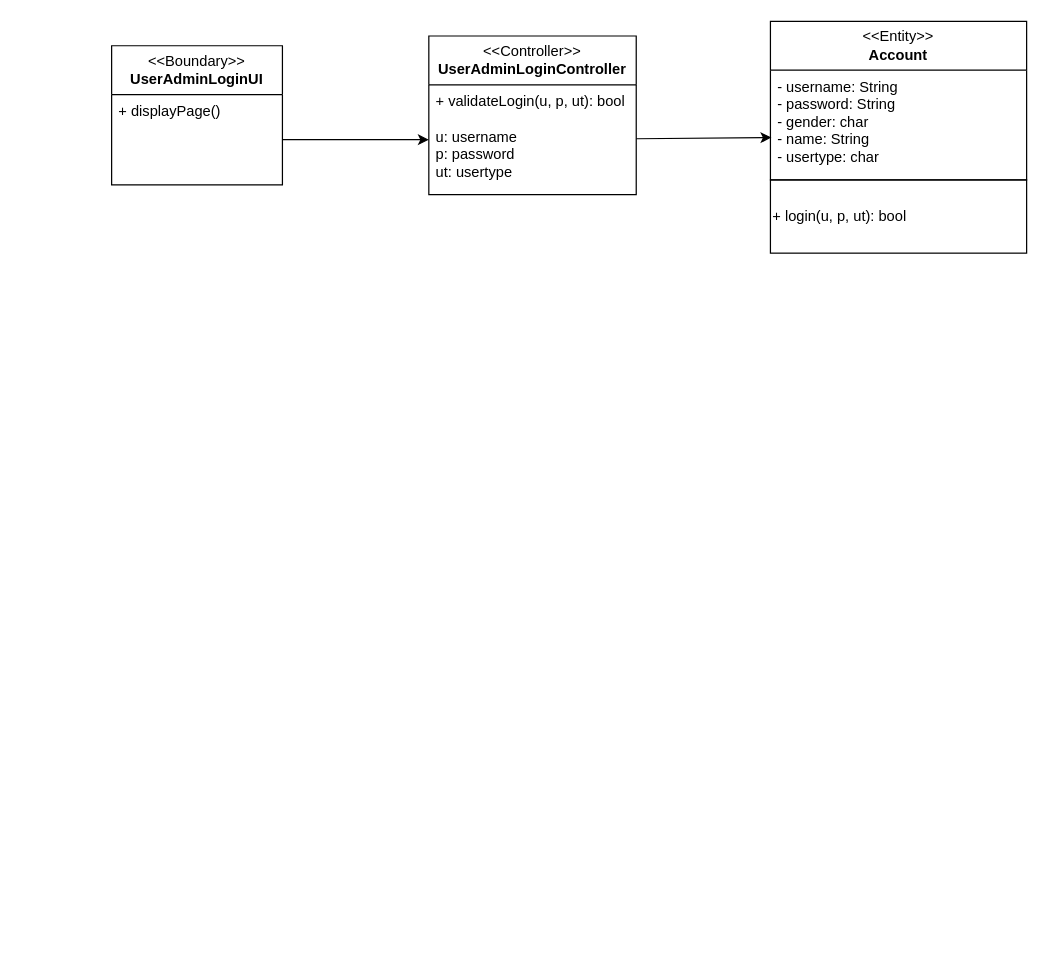
junrenx/Diagrams keeps this draw.io diagram as page "SystemAdminLogin" (1 of 2) of BCE.drawio. Above is the earlier version. Source tidied: cells renumbered, new cells numbered last; positions are measured from the earlier drawing's top-left corner, leaving out a move shared by most shapes. Both pictures are drawn from the tidied source at 122%, with x=0, y=0 at pixel (111, 21).
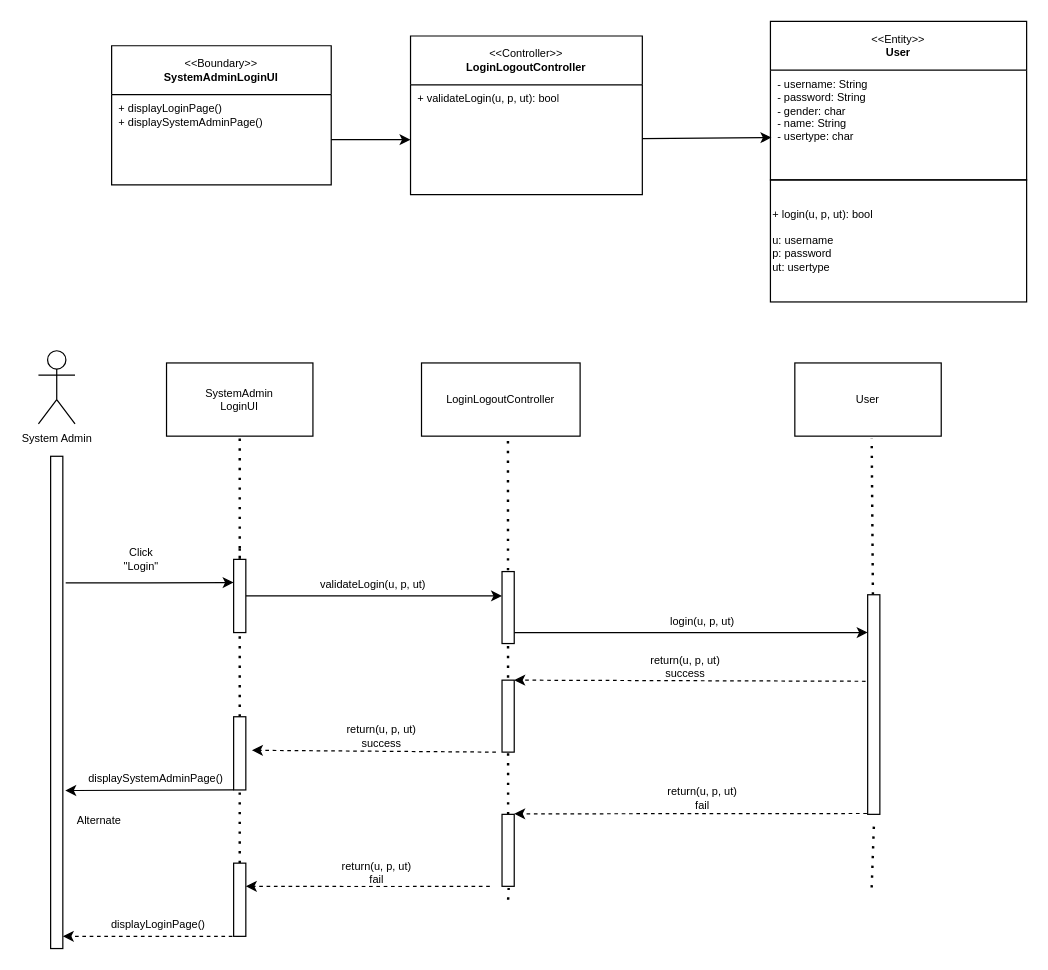
After the change.

The edit, as a diff of the source:
```diff
@@
+    <mxCell id="11" style="rounded=0;whiteSpace=wrap;html=1;dashed=1;strokeColor=#FFFFFF;fontSize=9;" parent="1" vertex="1">
+      <mxGeometry x="-50" y="640" width="680" height="110" as="geometry" />
+    </mxCell>
+    <mxCell id="12" style="endArrow=none;dashed=1;html=1;dashPattern=1 3;strokeWidth=2;rounded=0;fontSize=9;" parent="1" edge="1" source="39">
+      <mxGeometry relative="1" as="geometry">
+        <mxPoint x="105" y="430" as="targetPoint" />
+      </mxGeometry>
+    </mxCell>
+    <mxCell id="13" style="endArrow=none;dashed=1;html=1;dashPattern=1 3;strokeWidth=2;rounded=0;entryX=0.525;entryY=1.03;entryDx=0;entryDy=0;entryPerimeter=0;fontSize=9;" parent="1" edge="1" source="41" target="27">
+      <mxGeometry relative="1" as="geometry" />
+    </mxCell>
+    <mxCell id="14" style="endArrow=none;dashed=1;html=1;dashPattern=1 3;strokeWidth=2;rounded=0;entryX=0.545;entryY=1.023;entryDx=0;entryDy=0;entryPerimeter=0;fontSize=9;" parent="1" edge="1" source="47" target="26">
+      <mxGeometry relative="1" as="geometry" />
+    </mxCell>
+    <mxCell id="15" style="endArrow=none;dashed=1;html=1;dashPattern=1 3;strokeWidth=2;rounded=0;fontSize=9;" parent="1" edge="1" target="25">
+      <mxGeometry relative="1" as="geometry">
+        <mxPoint x="105" y="440" as="sourcePoint" />
+      </mxGeometry>
+    </mxCell>
-    <mxCell id="2" value="&amp;lt;&amp;lt;Boundary&amp;gt;&amp;gt;&lt;br&gt;&lt;b&gt;UserAdminLoginUI&lt;/b&gt;" style="swimlane;fontStyle=0;horizontal=1;startSize=40;fillColor=none;whiteSpace=wrap;html=1;" parent="1" vertex="1">
-      <mxGeometry y="20" width="140" height="114" as="geometry" />
+    <mxCell id="2" value="&amp;lt;&amp;lt;Boundary&amp;gt;&amp;gt;&lt;br style=&quot;font-size: 9px;&quot;&gt;&lt;b style=&quot;font-size: 9px;&quot;&gt;SystemAdminLoginUI&lt;/b&gt;" style="swimlane;fontStyle=0;horizontal=1;startSize=40;fillColor=none;whiteSpace=wrap;html=1;fontSize=9;" parent="1" vertex="1">
+      <mxGeometry y="20" width="180" height="114" as="geometry" />
     </mxCell>
-    <mxCell id="3" value="+ displayPage()" style="text;strokeColor=none;fillColor=none;align=left;verticalAlign=top;spacingLeft=4;spacingRight=4;overflow=hidden;points=[[0,0.5],[1,0.5]];portConstraint=eastwest;whiteSpace=wrap;html=1;" parent="2" vertex="1">
-      <mxGeometry y="40" width="140" height="74" as="geometry" />
+    <mxCell id="3" value="+ displayLoginPage()&lt;br style=&quot;font-size: 9px;&quot;&gt;+ displaySystemAdminPage()" style="text;strokeColor=none;fillColor=none;align=left;verticalAlign=top;spacingLeft=4;spacingRight=4;overflow=hidden;points=[[0,0.5],[1,0.5]];portConstraint=eastwest;whiteSpace=wrap;html=1;fontSize=9;" parent="2" vertex="1">
+      <mxGeometry y="40" width="180" height="74" as="geometry" />
     </mxCell>
-    <mxCell id="4" value="&amp;lt;&amp;lt;Controller&amp;gt;&amp;gt;&lt;br&gt;&lt;b&gt;UserAdminLoginController&lt;/b&gt;" style="swimlane;fontStyle=0;horizontal=1;startSize=40;fillColor=none;whiteSpace=wrap;html=1;" parent="1" vertex="1">
-      <mxGeometry x="260" y="12" width="170" height="130" as="geometry" />
+    <mxCell id="4" value="&amp;lt;&amp;lt;Controller&amp;gt;&amp;gt;&lt;br style=&quot;font-size: 9px;&quot;&gt;&lt;b style=&quot;font-size: 9px;&quot;&gt;LoginLogoutController&lt;/b&gt;" style="swimlane;fontStyle=0;horizontal=1;startSize=40;fillColor=none;whiteSpace=wrap;html=1;fontSize=9;" parent="1" vertex="1">
+      <mxGeometry x="245" y="12" width="190" height="130" as="geometry" />
     </mxCell>
-    <mxCell id="5" value="+ validateLogin(u, p, ut): bool&lt;br&gt;&lt;br&gt;u: username&lt;br&gt;p: password&lt;br&gt;ut: usertype" style="text;strokeColor=none;fillColor=none;align=left;verticalAlign=top;spacingLeft=4;spacingRight=4;overflow=hidden;points=[[0,0.5],[1,0.5]];portConstraint=eastwest;whiteSpace=wrap;html=1;" parent="4" vertex="1">
-      <mxGeometry y="40" width="170" height="90" as="geometry" />
+    <mxCell id="5" value="+ validateLogin(u, p, ut): bool&lt;br style=&quot;font-size: 9px;&quot;&gt;" style="text;strokeColor=none;fillColor=none;align=left;verticalAlign=top;spacingLeft=4;spacingRight=4;overflow=hidden;points=[[0,0.5],[1,0.5]];portConstraint=eastwest;whiteSpace=wrap;html=1;fontSize=9;" parent="4" vertex="1">
+      <mxGeometry y="40" width="190" height="90" as="geometry" />
     </mxCell>
-    <mxCell id="6" style="endArrow=classic;html=1;rounded=0;entryX=0;entryY=0.5;entryDx=0;entryDy=0;" parent="1" edge="1" source="3" target="5">
+    <mxCell id="6" style="endArrow=classic;html=1;rounded=0;entryX=0;entryY=0.5;entryDx=0;entryDy=0;fontSize=9;" parent="1" edge="1" source="3" target="5">
       <mxGeometry relative="1" as="geometry" />
     </mxCell>
-    <mxCell id="7" style="endArrow=classic;html=1;rounded=0;entryX=0.004;entryY=0.614;entryDx=0;entryDy=0;entryPerimeter=0;" parent="1" edge="1" source="5" target="10">
+    <mxCell id="7" style="endArrow=classic;html=1;rounded=0;entryX=0.004;entryY=0.614;entryDx=0;entryDy=0;entryPerimeter=0;fontSize=9;" parent="1" edge="1" source="5" target="10">
       <mxGeometry relative="1" as="geometry" />
     </mxCell>
-    <mxCell id="8" value="+ login(u, p, ut): bool" style="rounded=0;whiteSpace=wrap;html=1;fillStyle=auto;fillColor=none;align=left;" parent="1" vertex="1">
-      <mxGeometry x="540" y="130" width="210" height="60" as="geometry" />
+    <mxCell id="8" value="+ login(u, p, ut): bool&lt;br style=&quot;font-size: 9px;&quot;&gt;&lt;br style=&quot;border-color: var(--border-color); font-size: 9px;&quot;&gt;u: username&lt;br style=&quot;border-color: var(--border-color); font-size: 9px;&quot;&gt;p: password&lt;br style=&quot;border-color: var(--border-color); font-size: 9px;&quot;&gt;ut: usertype" style="rounded=0;whiteSpace=wrap;html=1;fillStyle=auto;fillColor=none;align=left;fontSize=9;" parent="1" vertex="1">
+      <mxGeometry x="540" y="130" width="210" height="100" as="geometry" />
     </mxCell>
-    <mxCell id="9" value="&amp;lt;&amp;lt;Entity&amp;gt;&amp;gt;&lt;b&gt;&lt;br&gt;Account&lt;/b&gt;" style="swimlane;fontStyle=0;horizontal=1;startSize=40;fillColor=none;whiteSpace=wrap;html=1;" parent="1" vertex="1">
+    <mxCell id="9" value="&amp;lt;&amp;lt;Entity&amp;gt;&amp;gt;&lt;b style=&quot;font-size: 9px;&quot;&gt;&lt;br style=&quot;font-size: 9px;&quot;&gt;User&lt;br style=&quot;font-size: 9px;&quot;&gt;&lt;/b&gt;" style="swimlane;fontStyle=0;horizontal=1;startSize=40;fillColor=none;whiteSpace=wrap;html=1;fontSize=9;" parent="1" vertex="1">
       <mxGeometry x="540" width="210" height="130" as="geometry" />
     </mxCell>
-    <mxCell id="10" value="- username: String&lt;br&gt;- password: String&lt;br&gt;- gender: char&lt;br&gt;- name: String&lt;br&gt;- usertype: char" style="text;strokeColor=none;fillColor=none;align=left;verticalAlign=top;spacingLeft=4;spacingRight=4;overflow=hidden;points=[[0,0.5],[1,0.5]];portConstraint=eastwest;whiteSpace=wrap;html=1;" parent="9" vertex="1">
+    <mxCell id="10" value="- username: String&lt;br style=&quot;font-size: 9px;&quot;&gt;- password: String&lt;br style=&quot;font-size: 9px;&quot;&gt;- gender: char&lt;br style=&quot;font-size: 9px;&quot;&gt;- name: String&lt;br style=&quot;font-size: 9px;&quot;&gt;- usertype: char" style="text;strokeColor=none;fillColor=none;align=left;verticalAlign=top;spacingLeft=4;spacingRight=4;overflow=hidden;points=[[0,0.5],[1,0.5]];portConstraint=eastwest;whiteSpace=wrap;html=1;fontSize=9;" parent="9" vertex="1">
       <mxGeometry y="40" width="210" height="90" as="geometry" />
     </mxCell>
+    <mxCell id="16" style="edgeStyle=orthogonalEdgeStyle;rounded=0;jettySize=auto;html=1;exitX=1.235;exitY=0.257;exitDx=0;exitDy=0;exitPerimeter=0;fontSize=9;" parent="1" edge="1" source="42">
+      <mxGeometry relative="1" as="geometry">
+        <mxPoint x="100" y="460" as="targetPoint" />
+      </mxGeometry>
+    </mxCell>
+    <mxCell id="17" value="Click&lt;br style=&quot;font-size: 9px;&quot;&gt;&quot;Login&quot;" style="edgeLabel;html=1;align=center;verticalAlign=middle;fontSize=9;" parent="16" vertex="1">
+      <mxGeometry x="-0.12" relative="1" as="geometry">
+        <mxPoint y="-20" as="offset" />
+      </mxGeometry>
+    </mxCell>
+    <mxCell id="18" value="System Admin" style="shape=umlActor;verticalLabelPosition=bottom;verticalAlign=top;html=1;fontSize=9;" parent="1" vertex="1">
+      <mxGeometry x="-60" y="270" width="30" height="60" as="geometry" />
+    </mxCell>
+    <mxCell id="19" style="edgeStyle=orthogonalEdgeStyle;rounded=0;jettySize=auto;html=1;fontSize=9;" parent="1" edge="1" source="21" target="24">
+      <mxGeometry relative="1" as="geometry">
+        <Array as="points">
+          <mxPoint x="330" y="471" />
+          <mxPoint x="330" y="471" />
+        </Array>
+      </mxGeometry>
+    </mxCell>
+    <mxCell id="20" value="validateLogin(u, p, ut)" style="edgeLabel;html=1;align=center;verticalAlign=middle;fontSize=9;" parent="19" vertex="1">
+      <mxGeometry x="-0.02" y="1" relative="1" as="geometry">
+        <mxPoint y="-9" as="offset" />
+      </mxGeometry>
+    </mxCell>
+    <mxCell id="21" style="whiteSpace=wrap;html=1;verticalAlign=top;fontSize=9;" parent="1" vertex="1">
+      <mxGeometry x="100" y="441" width="10" height="60" as="geometry" />
+    </mxCell>
+    <mxCell id="22" style="edgeStyle=orthogonalEdgeStyle;rounded=0;jettySize=auto;html=1;entryX=-0.105;entryY=0.171;entryDx=0;entryDy=0;entryPerimeter=0;exitX=1;exitY=0.831;exitDx=0;exitDy=0;exitPerimeter=0;fontSize=9;" parent="1" edge="1" source="24">
+      <mxGeometry relative="1" as="geometry">
+        <mxPoint x="619.7" y="501" as="targetPoint" />
+        <Array as="points">
+          <mxPoint x="620" y="500" />
+        </Array>
+      </mxGeometry>
+    </mxCell>
+    <mxCell id="23" value="login(u, p, ut)" style="edgeLabel;html=1;align=center;verticalAlign=middle;fontSize=9;" parent="22" vertex="1">
+      <mxGeometry x="0.2" y="-2" relative="1" as="geometry">
+        <mxPoint x="-21" y="-12" as="offset" />
+      </mxGeometry>
+    </mxCell>
+    <mxCell id="24" style="whiteSpace=wrap;html=1;verticalAlign=top;fontSize=9;" parent="1" vertex="1">
+      <mxGeometry x="320" y="451" width="10" height="59" as="geometry" />
+    </mxCell>
+    <mxCell id="25" value="SystemAdmin&lt;br style=&quot;font-size: 9px;&quot;&gt;LoginUI" style="rounded=0;whiteSpace=wrap;html=1;fontSize=9;" parent="1" vertex="1">
+      <mxGeometry x="45" y="280" width="120" height="60" as="geometry" />
+    </mxCell>
+    <mxCell id="26" value="LoginLogoutController" style="rounded=0;whiteSpace=wrap;html=1;fontSize=9;" parent="1" vertex="1">
+      <mxGeometry x="254" y="280" width="130" height="60" as="geometry" />
+    </mxCell>
+    <mxCell id="27" value="User" style="rounded=0;whiteSpace=wrap;html=1;fontSize=9;" parent="1" vertex="1">
+      <mxGeometry x="560" y="280" width="120" height="60" as="geometry" />
+    </mxCell>
+    <mxCell id="28" style="endArrow=classic;html=1;rounded=0;exitX=-0.172;exitY=0.394;exitDx=0;exitDy=0;exitPerimeter=0;entryX=1.343;entryY=0.553;entryDx=0;entryDy=0;entryPerimeter=0;dashed=1;fontSize=9;" parent="1" edge="1" source="41">
+      <mxGeometry relative="1" as="geometry">
+        <mxPoint x="330" y="540" as="targetPoint" />
+      </mxGeometry>
+    </mxCell>
+    <mxCell id="29" value="return(u, p, ut)&lt;br&gt;success" style="edgeLabel;html=1;align=center;verticalAlign=middle;fontSize=9;" parent="28" vertex="1">
+      <mxGeometry x="-0.06" y="1" relative="1" as="geometry">
+        <mxPoint x="-13" y="-13" as="offset" />
+      </mxGeometry>
+    </mxCell>
+    <mxCell id="30" style="endArrow=classic;html=1;rounded=0;exitX=-0.103;exitY=0.863;exitDx=0;exitDy=0;exitPerimeter=0;entryX=1.2;entryY=0.679;entryDx=0;entryDy=0;entryPerimeter=0;fontSize=9;" parent="1" edge="1" target="42">
+      <mxGeometry relative="1" as="geometry">
+        <mxPoint x="100" y="630" as="sourcePoint" />
+      </mxGeometry>
+    </mxCell>
+    <mxCell id="31" value="displaySystemAdminPage()" style="edgeLabel;html=1;align=center;verticalAlign=middle;fontSize=9;" parent="30" vertex="1">
+      <mxGeometry x="-0.06" y="1" relative="1" as="geometry">
+        <mxPoint y="-11" as="offset" />
+      </mxGeometry>
+    </mxCell>
+    <mxCell id="32" style="endArrow=none;dashed=1;html=1;dashPattern=1 3;strokeWidth=2;rounded=0;fontSize=9;" parent="1" edge="1" target="33">
+      <mxGeometry relative="1" as="geometry">
+        <mxPoint x="105" y="630" as="sourcePoint" />
+      </mxGeometry>
+    </mxCell>
+    <mxCell id="33" style="whiteSpace=wrap;html=1;verticalAlign=top;fontSize=9;" parent="1" vertex="1">
+      <mxGeometry x="100" y="570" width="10" height="60" as="geometry" />
+    </mxCell>
+    <mxCell id="34" style="endArrow=classic;html=1;rounded=0;exitX=-0.01;exitY=0.579;exitDx=0;exitDy=0;exitPerimeter=0;entryX=1.057;entryY=0.604;entryDx=0;entryDy=0;entryPerimeter=0;dashed=1;fontSize=9;" parent="1" edge="1">
+      <mxGeometry relative="1" as="geometry">
+        <mxPoint x="619.1" y="649.3" as="sourcePoint" />
+        <mxPoint x="330" y="649.6" as="targetPoint" />
+      </mxGeometry>
+    </mxCell>
+    <mxCell id="35" value="return(u, p, ut)&lt;br style=&quot;border-color: var(--border-color);&quot;&gt;fail" style="edgeLabel;html=1;align=center;verticalAlign=middle;fontSize=9;" parent="34" vertex="1">
+      <mxGeometry x="-0.06" y="1" relative="1" as="geometry">
+        <mxPoint y="-14" as="offset" />
+      </mxGeometry>
+    </mxCell>
+    <mxCell id="36" style="endArrow=classic;html=1;rounded=0;dashed=1;fontSize=9;" parent="1" edge="1">
+      <mxGeometry relative="1" as="geometry">
+        <mxPoint x="105" y="750" as="sourcePoint" />
+        <mxPoint x="-40" y="750" as="targetPoint" />
+      </mxGeometry>
+    </mxCell>
+    <mxCell id="37" value="displayLoginPage()" style="edgeLabel;html=1;align=center;verticalAlign=middle;fontSize=9;" parent="36" vertex="1">
+      <mxGeometry x="-0.06" y="1" relative="1" as="geometry">
+        <mxPoint y="-11" as="offset" />
+      </mxGeometry>
+    </mxCell>
+    <mxCell id="38" style="endArrow=none;dashed=1;html=1;dashPattern=1 3;strokeWidth=2;rounded=0;fontSize=9;" parent="1" edge="1" target="39">
+      <mxGeometry relative="1" as="geometry">
+        <mxPoint x="105" y="710" as="sourcePoint" />
+      </mxGeometry>
+    </mxCell>
+    <mxCell id="39" style="whiteSpace=wrap;html=1;verticalAlign=top;fontSize=9;" parent="1" vertex="1">
+      <mxGeometry x="100" y="690" width="10" height="60" as="geometry" />
+    </mxCell>
+    <mxCell id="40" style="endArrow=none;dashed=1;html=1;dashPattern=1 3;strokeWidth=2;rounded=0;entryX=0.525;entryY=1.03;entryDx=0;entryDy=0;entryPerimeter=0;fontSize=9;" parent="1" edge="1" target="41">
+      <mxGeometry relative="1" as="geometry">
+        <mxPoint x="623" y="710" as="sourcePoint" />
+      </mxGeometry>
+    </mxCell>
+    <mxCell id="41" style="whiteSpace=wrap;html=1;verticalAlign=top;fontSize=9;" parent="1" vertex="1">
+      <mxGeometry x="619.7" y="470" width="10" height="180" as="geometry" />
+    </mxCell>
+    <mxCell id="42" style="whiteSpace=wrap;html=1;verticalAlign=top;fontSize=9;" parent="1" vertex="1">
+      <mxGeometry x="-50" y="356.5" width="10" height="403.5" as="geometry" />
+    </mxCell>
+    <mxCell id="43" style="whiteSpace=wrap;html=1;verticalAlign=top;fontSize=9;" parent="1" vertex="1">
+      <mxGeometry x="320" y="540" width="10" height="59" as="geometry" />
+    </mxCell>
+    <mxCell id="44" style="endArrow=classic;html=1;rounded=0;entryX=1.343;entryY=0.553;entryDx=0;entryDy=0;entryPerimeter=0;dashed=1;fontSize=9;" parent="1" edge="1">
+      <mxGeometry relative="1" as="geometry">
+        <mxPoint x="315" y="599" as="sourcePoint" />
+        <mxPoint x="115" y="597.5" as="targetPoint" />
+      </mxGeometry>
+    </mxCell>
+    <mxCell id="45" value="return(u, p, ut)&lt;br style=&quot;border-color: var(--border-color);&quot;&gt;success" style="edgeLabel;html=1;align=center;verticalAlign=middle;fontSize=9;" parent="44" vertex="1">
+      <mxGeometry x="-0.06" y="1" relative="1" as="geometry">
+        <mxPoint y="-14" as="offset" />
+      </mxGeometry>
+    </mxCell>
+    <mxCell id="46" style="endArrow=none;dashed=1;html=1;dashPattern=1 3;strokeWidth=2;rounded=0;entryX=0.545;entryY=1.023;entryDx=0;entryDy=0;entryPerimeter=0;fontSize=9;" parent="1" edge="1" target="47">
+      <mxGeometry relative="1" as="geometry">
+        <mxPoint x="325" y="720" as="sourcePoint" />
+      </mxGeometry>
+    </mxCell>
+    <mxCell id="47" style="whiteSpace=wrap;html=1;verticalAlign=top;fontSize=9;" parent="1" vertex="1">
+      <mxGeometry x="320" y="650" width="10" height="59" as="geometry" />
+    </mxCell>
+    <mxCell id="48" style="endArrow=classic;html=1;rounded=0;exitX=-0.01;exitY=0.579;exitDx=0;exitDy=0;exitPerimeter=0;dashed=1;fontSize=9;" parent="1" edge="1">
+      <mxGeometry relative="1" as="geometry">
+        <mxPoint x="310" y="709" as="sourcePoint" />
+        <mxPoint x="110" y="709" as="targetPoint" />
+      </mxGeometry>
+    </mxCell>
+    <mxCell id="49" value="return(u, p, ut)&lt;br style=&quot;border-color: var(--border-color);&quot;&gt;fail" style="edgeLabel;html=1;align=center;verticalAlign=middle;fontSize=9;" parent="48" vertex="1">
+      <mxGeometry x="-0.06" y="1" relative="1" as="geometry">
+        <mxPoint y="-13" as="offset" />
+      </mxGeometry>
+    </mxCell>
+    <mxCell id="50" value="Alternate" style="text;html=1;strokeColor=none;fillColor=none;align=center;verticalAlign=middle;whiteSpace=wrap;rounded=0;fontSize=9;" parent="1" vertex="1">
+      <mxGeometry x="-40" y="640" width="60" height="30" as="geometry" />
+    </mxCell>
```
